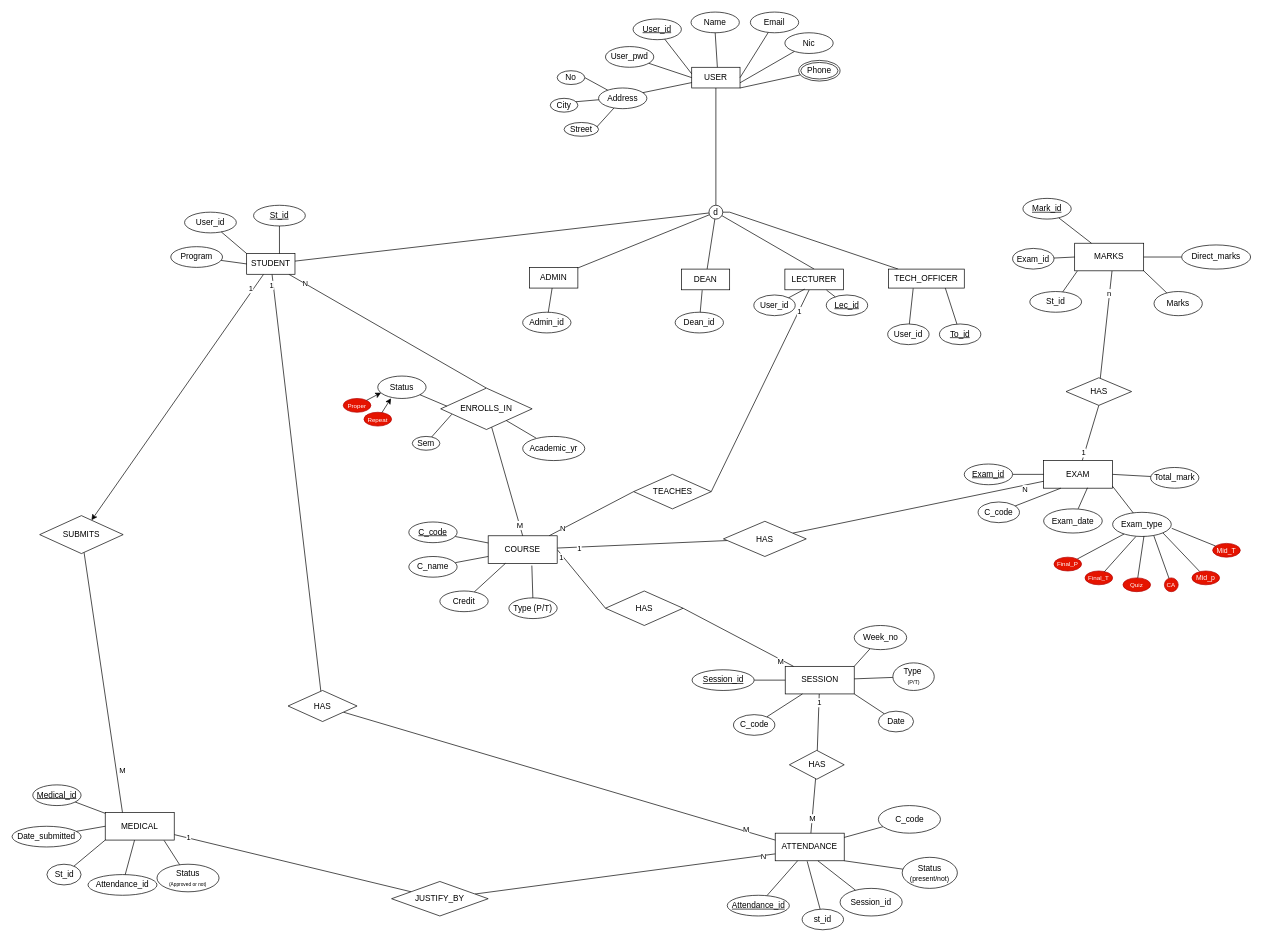
The draw.io diagram page "Page-1" (1 of 2) of EER 2 .drawio in tg2003/Student_Management_System_Database, before the edit. Source tidied: cells renumbered, new cells numbered last; positions are measured from the earlier drawing's top-left corner, leaving out a move shared by most shapes. Both pictures are drawn from the tidied source at 69%, with x=0, y=0 at pixel (12, 12).
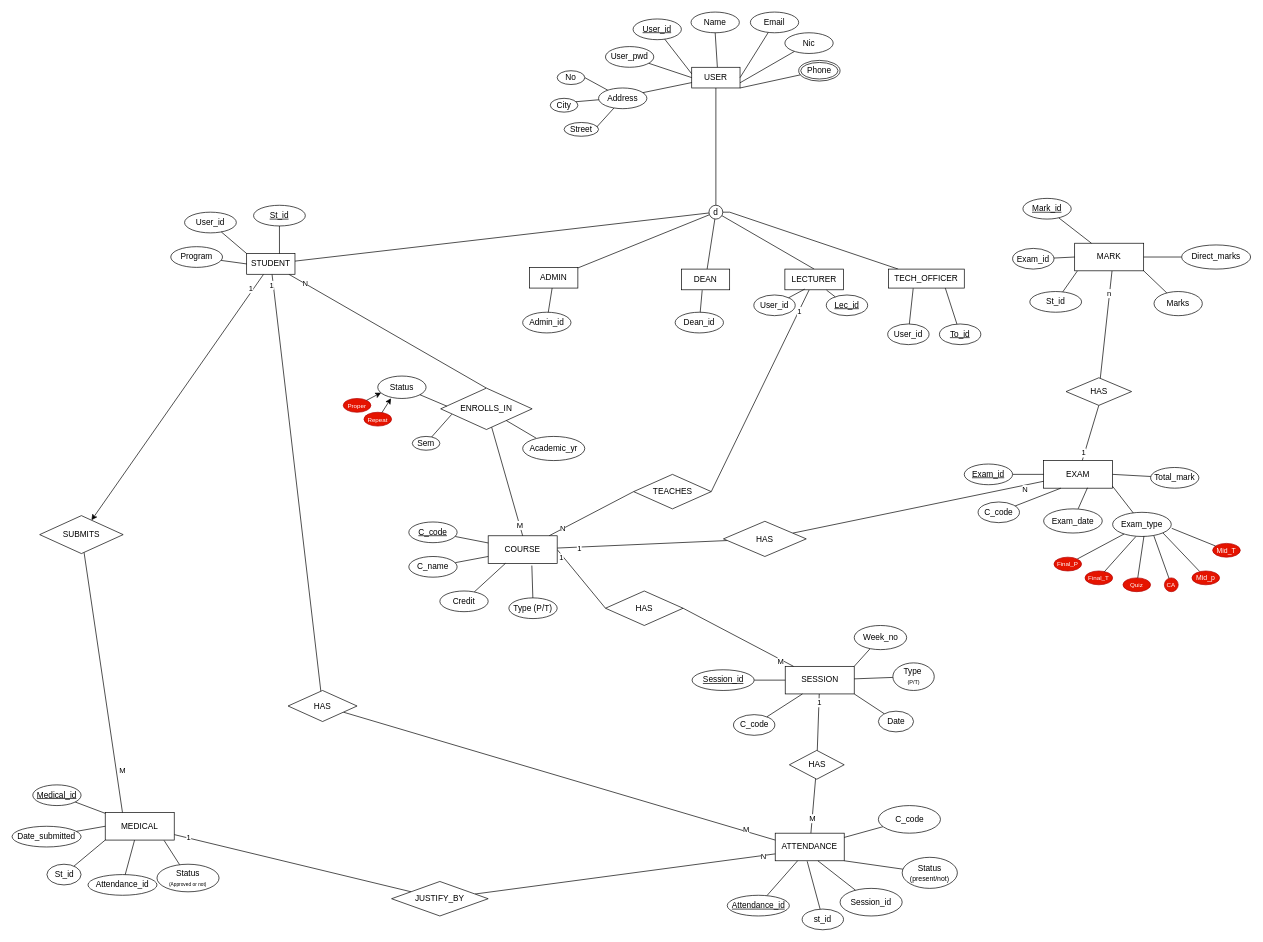
The same page after the edit.

What changed in the source:
```diff
@@
-    <mxCell id="114" value="MARKS" style="rounded=0;whiteSpace=wrap;html=1;" parent="1" vertex="1">
+    <mxCell id="114" value="MARK" style="rounded=0;whiteSpace=wrap;html=1;" parent="1" vertex="1">
       <mxGeometry x="1540" y="335" width="100" height="40" as="geometry" />
     </mxCell>
```
